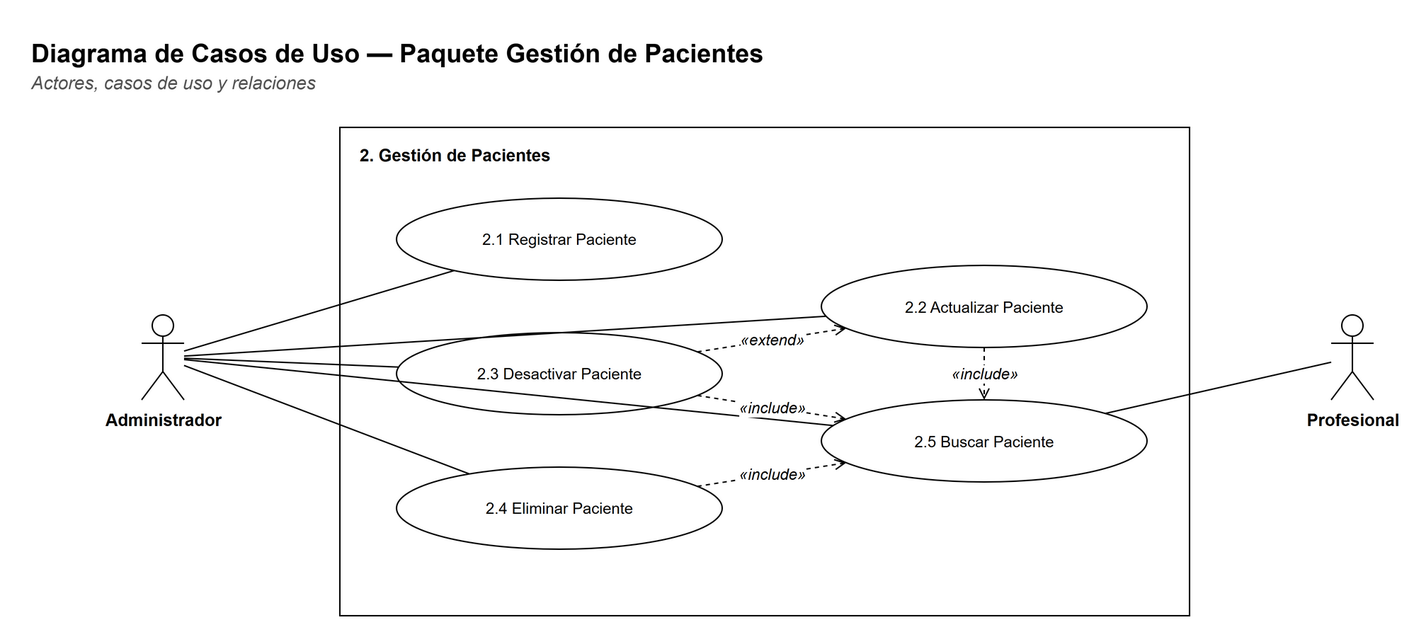
This is docs/diagramas/paquete-pacientes-casos.png from Matiglorioso/kineturnos, a draw.io export, as it was before one commit. Source tidied: cells renumbered, new cells last; positions are measured from the earlier drawing's top-left corner, leaving out a move shared by most shapes.
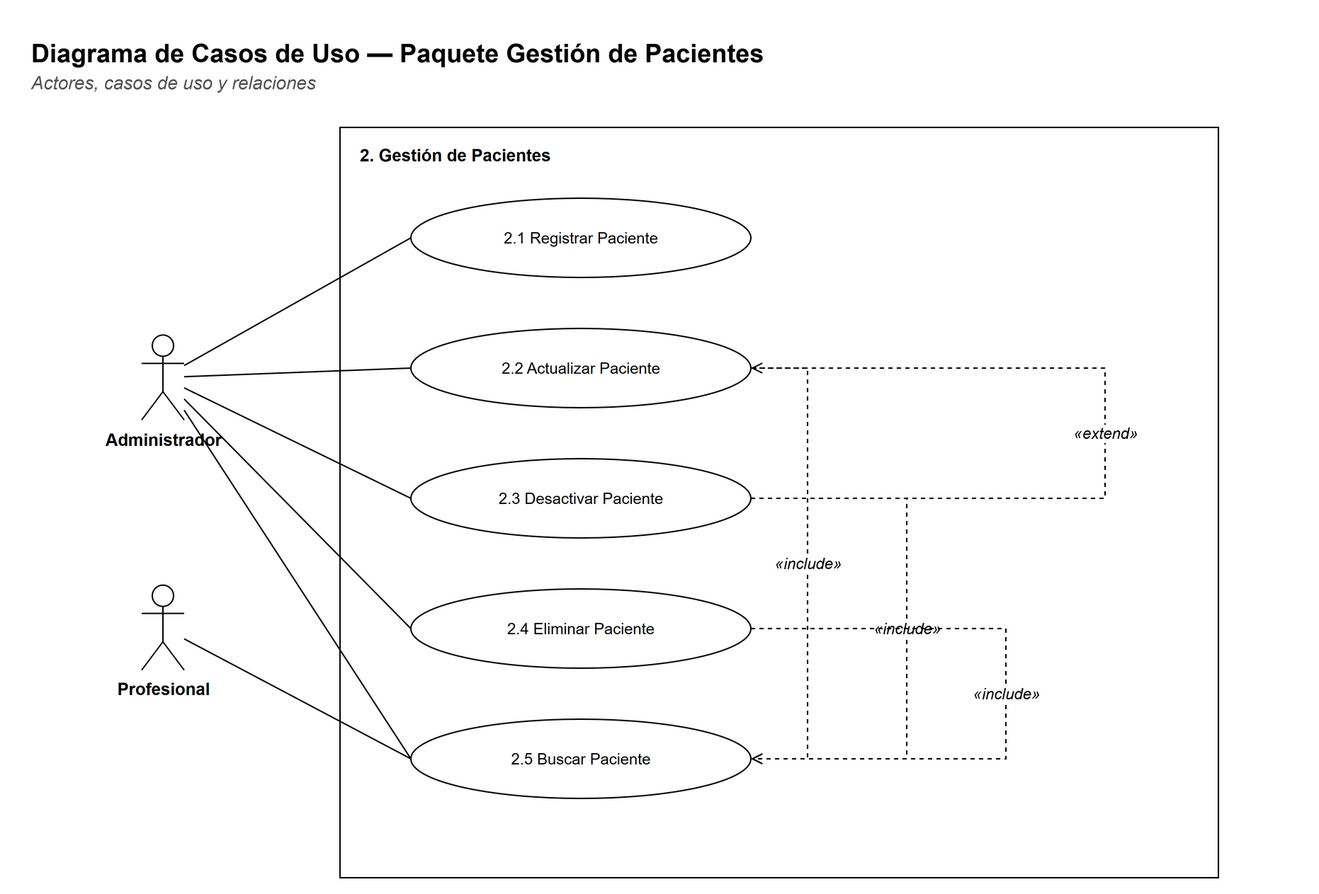
After the commit.

What changed in the source:
```diff
@@ -9,61 +9,81 @@
       <mxGeometry y="24" width="900" height="20" as="geometry" />
     </mxCell>
     <mxCell id="4" style="rounded=0;whiteSpace=wrap;html=1;fillColor=#FFFFFF;strokeColor=#000000;fontFamily=Helvetica;fontSize=12;verticalAlign=top;" parent="1" vertex="1">
-      <mxGeometry x="220" y="70" width="600" height="345" as="geometry" />
+      <mxGeometry x="220" y="70" width="620" height="530" as="geometry" />
     </mxCell>
     <mxCell id="5" value="&lt;b&gt;2. Gestión de Pacientes&lt;/b&gt;" style="text;html=1;strokeColor=none;fillColor=none;align=left;verticalAlign=top;whiteSpace=wrap;fontFamily=Helvetica;fontSize=12;" parent="1" vertex="1">
-      <mxGeometry x="232" y="76" width="580" height="20" as="geometry" />
+      <mxGeometry x="232" y="76" width="600" height="20" as="geometry" />
     </mxCell>
     <mxCell id="6" value="2.1 Registrar Paciente" style="ellipse;whiteSpace=wrap;html=1;fillColor=#FFFFFF;strokeColor=#000000;fontFamily=Helvetica;fontSize=11;" parent="1" vertex="1">
-      <mxGeometry x="260" y="120" width="230" height="58" as="geometry" />
+      <mxGeometry x="270" y="120" width="240" height="56" as="geometry" />
     </mxCell>
-    <mxCell id="7" value="2.3 Desactivar Paciente" style="ellipse;whiteSpace=wrap;html=1;fillColor=#FFFFFF;strokeColor=#000000;fontFamily=Helvetica;fontSize=11;" parent="1" vertex="1">
-      <mxGeometry x="260" y="215" width="230" height="58" as="geometry" />
+    <mxCell id="7" value="2.2 Actualizar Paciente" style="ellipse;whiteSpace=wrap;html=1;fillColor=#FFFFFF;strokeColor=#000000;fontFamily=Helvetica;fontSize=11;" parent="1" vertex="1">
+      <mxGeometry x="270" y="212" width="240" height="56" as="geometry" />
     </mxCell>
-    <mxCell id="8" value="2.4 Eliminar Paciente" style="ellipse;whiteSpace=wrap;html=1;fillColor=#FFFFFF;strokeColor=#000000;fontFamily=Helvetica;fontSize=11;" parent="1" vertex="1">
-      <mxGeometry x="260" y="310" width="230" height="58" as="geometry" />
+    <mxCell id="8" value="2.3 Desactivar Paciente" style="ellipse;whiteSpace=wrap;html=1;fillColor=#FFFFFF;strokeColor=#000000;fontFamily=Helvetica;fontSize=11;" parent="1" vertex="1">
+      <mxGeometry x="270" y="304" width="240" height="56" as="geometry" />
     </mxCell>
-    <mxCell id="9" value="2.2 Actualizar Paciente" style="ellipse;whiteSpace=wrap;html=1;fillColor=#FFFFFF;strokeColor=#000000;fontFamily=Helvetica;fontSize=11;" parent="1" vertex="1">
-      <mxGeometry x="560" y="167.5" width="230" height="58" as="geometry" />
+    <mxCell id="9" value="2.4 Eliminar Paciente" style="ellipse;whiteSpace=wrap;html=1;fillColor=#FFFFFF;strokeColor=#000000;fontFamily=Helvetica;fontSize=11;" parent="1" vertex="1">
+      <mxGeometry x="270" y="396" width="240" height="56" as="geometry" />
     </mxCell>
     <mxCell id="10" value="2.5 Buscar Paciente" style="ellipse;whiteSpace=wrap;html=1;fillColor=#FFFFFF;strokeColor=#000000;fontFamily=Helvetica;fontSize=11;" parent="1" vertex="1">
-      <mxGeometry x="560" y="262.5" width="230" height="58" as="geometry" />
+      <mxGeometry x="270" y="488" width="240" height="56" as="geometry" />
     </mxCell>
     <mxCell id="11" value="Administrador" style="shape=umlActor;verticalLabelPosition=bottom;verticalAlign=top;html=1;outlineConnect=0;fillColor=#FFFFFF;strokeColor=#000000;fontFamily=Helvetica;fontSize=12;fontStyle=1;" parent="1" vertex="1">
-      <mxGeometry x="80" y="202.5" width="30" height="60" as="geometry" />
+      <mxGeometry x="80" y="216.7" width="30" height="60" as="geometry" />
     </mxCell>
     <mxCell id="12" value="Profesional" style="shape=umlActor;verticalLabelPosition=bottom;verticalAlign=top;html=1;outlineConnect=0;fillColor=#FFFFFF;strokeColor=#000000;fontFamily=Helvetica;fontSize=12;fontStyle=1;" parent="1" vertex="1">
-      <mxGeometry x="920" y="202.5" width="30" height="60" as="geometry" />
+      <mxGeometry x="80" y="393.3" width="30" height="60" as="geometry" />
     </mxCell>
-    <mxCell id="13" style="edgeStyle=none;html=1;endArrow=none;endFill=0;strokeColor=#000000;fontFamily=Helvetica;fontSize=11;labelBackgroundColor=#FFFFFF;" parent="1" edge="1" source="11" target="6">
+    <mxCell id="13" style="edgeStyle=none;html=1;endArrow=none;endFill=0;strokeColor=#000000;fontFamily=Helvetica;fontSize=11;labelBackgroundColor=#FFFFFF;entryX=0;entryY=0.5;entryDx=0;entryDy=0;" parent="1" edge="1" source="11" target="6">
       <mxGeometry relative="1" as="geometry" />
     </mxCell>
-    <mxCell id="14" style="edgeStyle=none;html=1;endArrow=none;endFill=0;strokeColor=#000000;fontFamily=Helvetica;fontSize=11;labelBackgroundColor=#FFFFFF;" parent="1" edge="1" source="11" target="9">
+    <mxCell id="14" style="edgeStyle=none;html=1;endArrow=none;endFill=0;strokeColor=#000000;fontFamily=Helvetica;fontSize=11;labelBackgroundColor=#FFFFFF;entryX=0;entryY=0.5;entryDx=0;entryDy=0;" parent="1" edge="1" source="11" target="7">
       <mxGeometry relative="1" as="geometry" />
     </mxCell>
-    <mxCell id="15" style="edgeStyle=none;html=1;endArrow=none;endFill=0;strokeColor=#000000;fontFamily=Helvetica;fontSize=11;labelBackgroundColor=#FFFFFF;" parent="1" edge="1" source="11" target="7">
+    <mxCell id="15" style="edgeStyle=none;html=1;endArrow=none;endFill=0;strokeColor=#000000;fontFamily=Helvetica;fontSize=11;labelBackgroundColor=#FFFFFF;entryX=0;entryY=0.5;entryDx=0;entryDy=0;" parent="1" edge="1" source="11" target="8">
       <mxGeometry relative="1" as="geometry" />
     </mxCell>
-    <mxCell id="16" style="edgeStyle=none;html=1;endArrow=none;endFill=0;strokeColor=#000000;fontFamily=Helvetica;fontSize=11;labelBackgroundColor=#FFFFFF;" parent="1" edge="1" source="11" target="8">
+    <mxCell id="16" style="edgeStyle=none;html=1;endArrow=none;endFill=0;strokeColor=#000000;fontFamily=Helvetica;fontSize=11;labelBackgroundColor=#FFFFFF;entryX=0;entryY=0.5;entryDx=0;entryDy=0;" parent="1" edge="1" source="11" target="9">
       <mxGeometry relative="1" as="geometry" />
     </mxCell>
-    <mxCell id="17" style="edgeStyle=none;html=1;endArrow=none;endFill=0;strokeColor=#000000;fontFamily=Helvetica;fontSize=11;labelBackgroundColor=#FFFFFF;" parent="1" edge="1" source="11" target="10">
+    <mxCell id="17" style="edgeStyle=none;html=1;endArrow=none;endFill=0;strokeColor=#000000;fontFamily=Helvetica;fontSize=11;labelBackgroundColor=#FFFFFF;entryX=0;entryY=0.5;entryDx=0;entryDy=0;" parent="1" edge="1" source="11" target="10">
       <mxGeometry relative="1" as="geometry" />
     </mxCell>
-    <mxCell id="18" style="edgeStyle=none;html=1;endArrow=none;endFill=0;strokeColor=#000000;fontFamily=Helvetica;fontSize=11;labelBackgroundColor=#FFFFFF;" parent="1" edge="1" source="12" target="10">
+    <mxCell id="18" style="edgeStyle=none;html=1;endArrow=none;endFill=0;strokeColor=#000000;fontFamily=Helvetica;fontSize=11;labelBackgroundColor=#FFFFFF;entryX=0;entryY=0.5;entryDx=0;entryDy=0;" parent="1" edge="1" source="12" target="10">
       <mxGeometry relative="1" as="geometry" />
     </mxCell>
-    <mxCell id="19" value="«include»" style="edgeStyle=none;html=1;endArrow=open;endFill=0;strokeColor=#000000;fontFamily=Helvetica;fontSize=11;labelBackgroundColor=#FFFFFF;dashed=1;fontStyle=2;" parent="1" edge="1" source="9" target="10">
-      <mxGeometry relative="1" as="geometry" />
+    <mxCell id="19" value="«include»" style="edgeStyle=orthogonalEdgeStyle;rounded=0;html=1;endArrow=open;startArrow=none;endFill=0;startFill=0;strokeColor=#000000;fontFamily=Helvetica;fontSize=11;fontStyle=2;labelBackgroundColor=#FFFFFF;dashed=1;exitX=1;exitY=0.5;exitDx=0;exitDy=0;entryX=1;entryY=0.5;entryDx=0;entryDy=0;" parent="1" edge="1" source="7" target="10">
+      <mxGeometry relative="1" as="geometry">
+        <Array as="points">
+          <mxPoint x="550" y="240" />
+          <mxPoint x="550" y="516" />
+        </Array>
+      </mxGeometry>
     </mxCell>
-    <mxCell id="20" value="«include»" style="edgeStyle=none;html=1;endArrow=open;endFill=0;strokeColor=#000000;fontFamily=Helvetica;fontSize=11;labelBackgroundColor=#FFFFFF;dashed=1;fontStyle=2;" parent="1" edge="1" source="7" target="10">
-      <mxGeometry relative="1" as="geometry" />
+    <mxCell id="20" value="«include»" style="edgeStyle=orthogonalEdgeStyle;rounded=0;html=1;endArrow=open;startArrow=none;endFill=0;startFill=0;strokeColor=#000000;fontFamily=Helvetica;fontSize=11;fontStyle=2;labelBackgroundColor=#FFFFFF;dashed=1;exitX=1;exitY=0.5;exitDx=0;exitDy=0;entryX=1;entryY=0.5;entryDx=0;entryDy=0;" parent="1" edge="1" source="8" target="10">
+      <mxGeometry relative="1" as="geometry">
+        <Array as="points">
+          <mxPoint x="620" y="332" />
+          <mxPoint x="620" y="516" />
+        </Array>
+      </mxGeometry>
     </mxCell>
-    <mxCell id="21" value="«include»" style="edgeStyle=none;html=1;endArrow=open;endFill=0;strokeColor=#000000;fontFamily=Helvetica;fontSize=11;labelBackgroundColor=#FFFFFF;dashed=1;fontStyle=2;" parent="1" edge="1" source="8" target="10">
-      <mxGeometry relative="1" as="geometry" />
+    <mxCell id="21" value="«include»" style="edgeStyle=orthogonalEdgeStyle;rounded=0;html=1;endArrow=open;startArrow=none;endFill=0;startFill=0;strokeColor=#000000;fontFamily=Helvetica;fontSize=11;fontStyle=2;labelBackgroundColor=#FFFFFF;dashed=1;exitX=1;exitY=0.5;exitDx=0;exitDy=0;entryX=1;entryY=0.5;entryDx=0;entryDy=0;" parent="1" edge="1" source="9" target="10">
+      <mxGeometry relative="1" as="geometry">
+        <Array as="points">
+          <mxPoint x="690" y="424" />
+          <mxPoint x="690" y="516" />
+        </Array>
+      </mxGeometry>
     </mxCell>
-    <mxCell id="22" value="«extend»" style="edgeStyle=none;html=1;endArrow=open;endFill=0;strokeColor=#000000;fontFamily=Helvetica;fontSize=11;labelBackgroundColor=#FFFFFF;dashed=1;fontStyle=2;" parent="1" edge="1" source="7" target="9">
-      <mxGeometry relative="1" as="geometry" />
+    <mxCell id="22" value="«extend»" style="edgeStyle=orthogonalEdgeStyle;rounded=0;html=1;endArrow=open;startArrow=none;endFill=0;startFill=0;strokeColor=#000000;fontFamily=Helvetica;fontSize=11;fontStyle=2;labelBackgroundColor=#FFFFFF;dashed=1;exitX=1;exitY=0.5;exitDx=0;exitDy=0;entryX=1;entryY=0.5;entryDx=0;entryDy=0;" parent="1" edge="1" source="8" target="7">
+      <mxGeometry relative="1" as="geometry">
+        <Array as="points">
+          <mxPoint x="760" y="332" />
+          <mxPoint x="760" y="240" />
+        </Array>
+      </mxGeometry>
     </mxCell>
   </root>
 </mxGraphModel>
```
